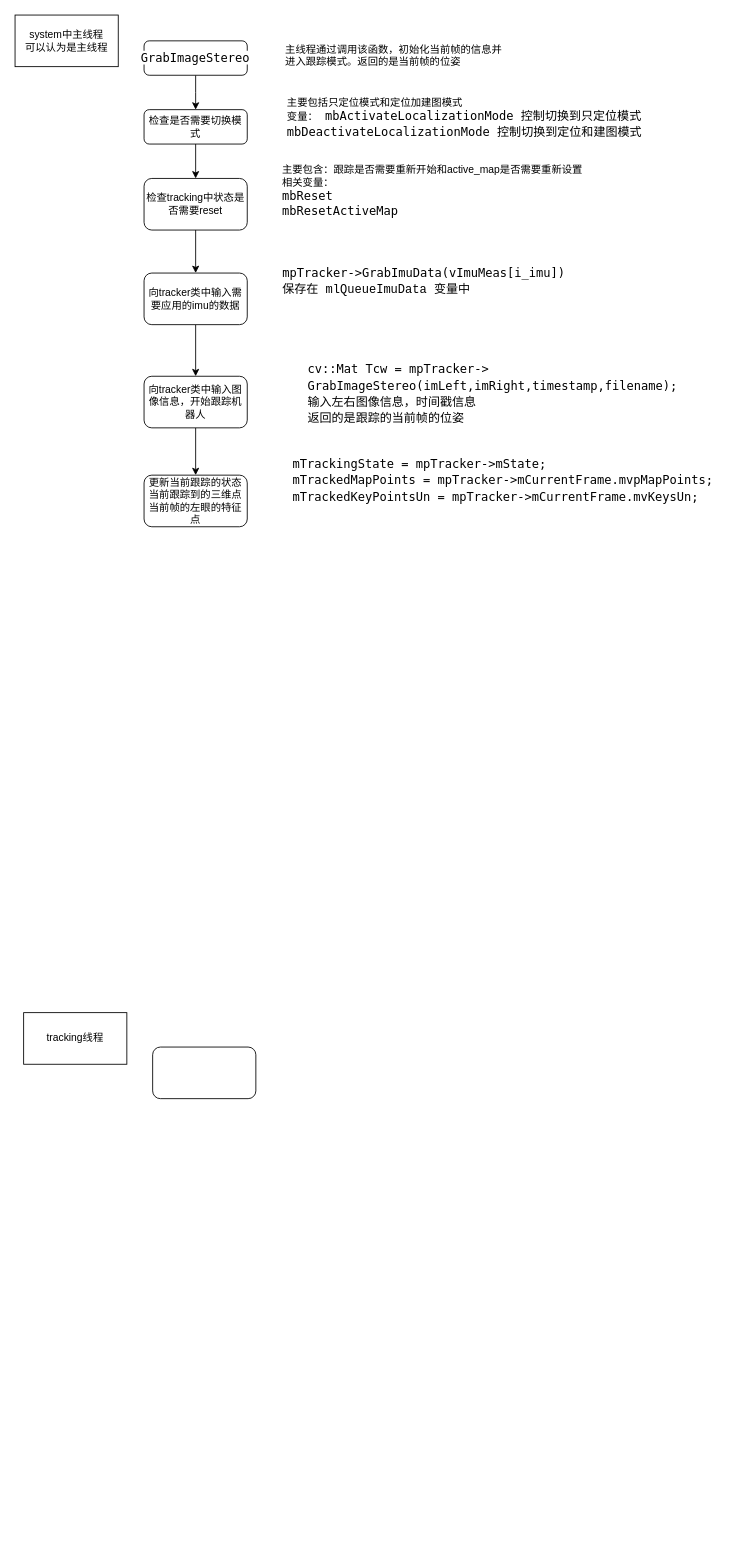
Earlier version of the draw.io diagram tracking.drawio (Peter1qaz2wsx/flow_chart-). Source tidied: cells renumbered, new cells numbered last; positions are measured from the earlier drawing's top-left corner, leaving out a move shared by most shapes. Both pictures are drawn from the tidied source at 86%, with x=0, y=0 at pixel (15, 15).
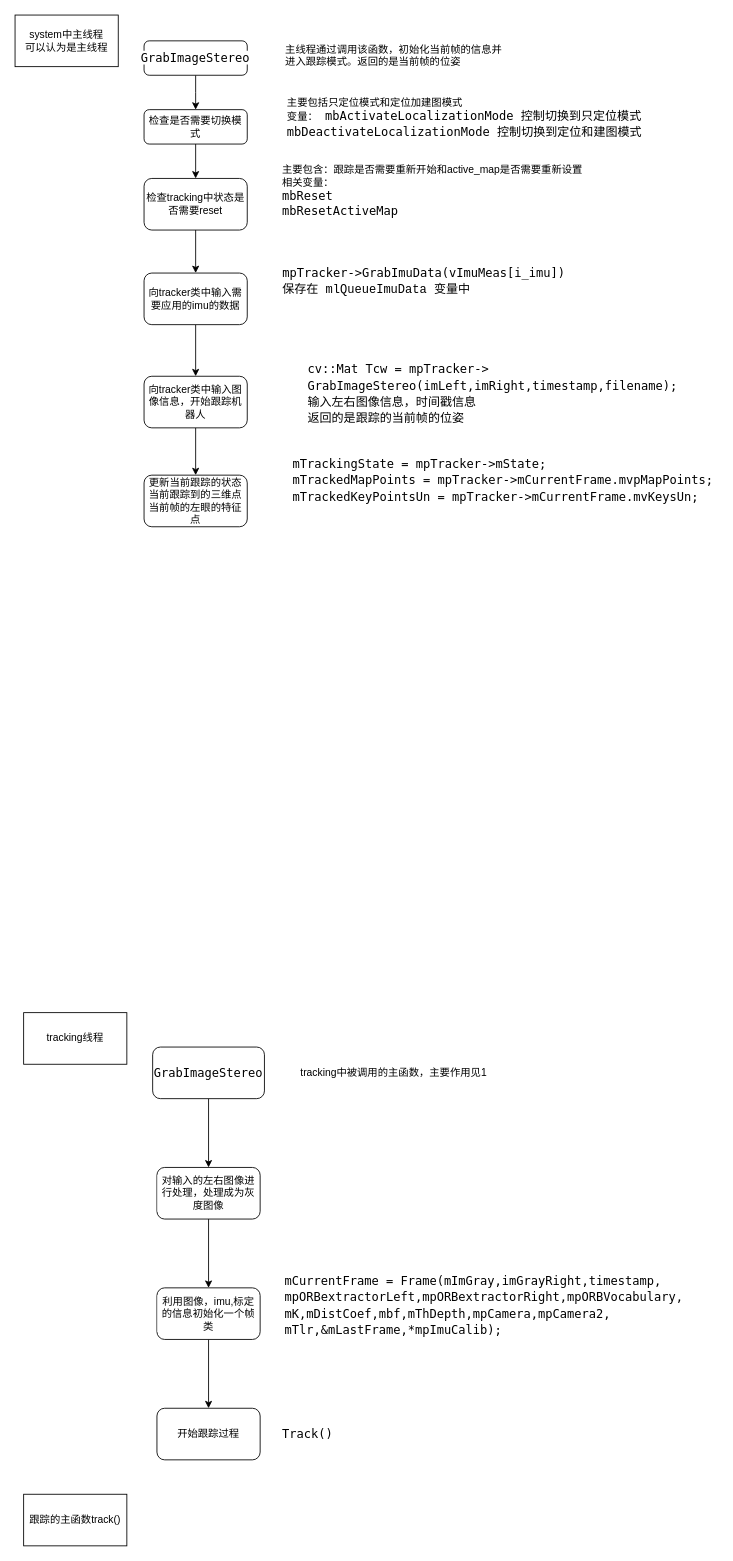
The same diagram, later.

What changed in the source:
```diff
@@
+    <mxCell id="22" style="edgeStyle=orthogonalEdgeStyle;rounded=0;jettySize=auto;html=1;fontColor=#000000;" parent="1" edge="1" source="21" target="25">
+      <mxGeometry relative="1" as="geometry" />
+    </mxCell>
-    <mxCell id="21" style="rounded=1;whiteSpace=wrap;html=1;labelBackgroundColor=#FFFFFF;fontColor=#000000;" parent="1" vertex="1">
-      <mxGeometry x="160" y="1200" width="120" height="60" as="geometry" />
+    <mxCell id="21" value="&lt;div style=&quot;font-family: &amp;#34;droid sans mono&amp;#34; , &amp;#34;monospace&amp;#34; , monospace , &amp;#34;droid sans fallback&amp;#34; ; font-size: 14px ; line-height: 19px&quot;&gt;&lt;span style=&quot;background-color: rgb(255 , 255 , 255)&quot;&gt;GrabImageStereo&lt;/span&gt;&lt;/div&gt;" style="rounded=1;whiteSpace=wrap;html=1;labelBackgroundColor=#FFFFFF;fontColor=#000000;" parent="1" vertex="1">
+      <mxGeometry x="160" y="1200" width="130" height="60" as="geometry" />
     </mxCell>
+    <mxCell id="23" value="tracking中被调用的主函数，主要作用见1" style="text;html=1;align=center;verticalAlign=middle;strokeColor=none;fillColor=none;fontColor=#000000;" parent="1" vertex="1">
+      <mxGeometry x="325" y="1220" width="230" height="20" as="geometry" />
+    </mxCell>
+    <mxCell id="24" style="edgeStyle=orthogonalEdgeStyle;rounded=0;jettySize=auto;html=1;fontColor=#000000;" parent="1" edge="1" source="25" target="27">
+      <mxGeometry relative="1" as="geometry" />
+    </mxCell>
+    <mxCell id="25" value="对输入的左右图像进行处理，处理成为灰度图像" style="whiteSpace=wrap;html=1;rounded=1;fontColor=#000000;labelBackgroundColor=#FFFFFF;" parent="1" vertex="1">
+      <mxGeometry x="165" y="1340" width="120" height="60" as="geometry" />
+    </mxCell>
+    <mxCell id="26" style="edgeStyle=orthogonalEdgeStyle;rounded=0;jettySize=auto;html=1;fontColor=#000000;" parent="1" edge="1" source="27" target="29">
+      <mxGeometry relative="1" as="geometry" />
+    </mxCell>
+    <mxCell id="27" value="利用图像，imu,标定的信息初始化一个帧类" style="whiteSpace=wrap;html=1;rounded=1;fontColor=#000000;labelBackgroundColor=#FFFFFF;" parent="1" vertex="1">
+      <mxGeometry x="165" y="1480" width="120" height="60" as="geometry" />
+    </mxCell>
+    <mxCell id="28" value="&lt;div style=&quot;text-align: justify ; font-family: &amp;#34;droid sans mono&amp;#34; , &amp;#34;monospace&amp;#34; , monospace , &amp;#34;droid sans fallback&amp;#34; ; font-size: 14px ; line-height: 19px&quot;&gt;&lt;span style=&quot;background-color: rgb(255 , 255 , 255)&quot;&gt;mCurrentFrame = Frame(mImGray,imGrayRight,timestamp,&lt;/span&gt;&lt;/div&gt;&lt;div style=&quot;text-align: justify ; font-family: &amp;#34;droid sans mono&amp;#34; , &amp;#34;monospace&amp;#34; , monospace , &amp;#34;droid sans fallback&amp;#34; ; font-size: 14px ; line-height: 19px&quot;&gt;&lt;span style=&quot;background-color: rgb(255 , 255 , 255)&quot;&gt;mpORBextractorLeft,mpORBextractorRight,mpORBVocabulary,&lt;/span&gt;&lt;/div&gt;&lt;div style=&quot;text-align: justify ; font-family: &amp;#34;droid sans mono&amp;#34; , &amp;#34;monospace&amp;#34; , monospace , &amp;#34;droid sans fallback&amp;#34; ; font-size: 14px ; line-height: 19px&quot;&gt;&lt;span style=&quot;background-color: rgb(255 , 255 , 255)&quot;&gt;mK,mDistCoef,mbf,mThDepth,mpCamera,mpCamera2,&lt;/span&gt;&lt;/div&gt;&lt;div style=&quot;text-align: justify ; font-family: &amp;#34;droid sans mono&amp;#34; , &amp;#34;monospace&amp;#34; , monospace , &amp;#34;droid sans fallback&amp;#34; ; font-size: 14px ; line-height: 19px&quot;&gt;&lt;span style=&quot;background-color: rgb(255 , 255 , 255)&quot;&gt;mTlr,&amp;amp;mLastFrame,*mpImuCalib);&lt;/span&gt;&lt;/div&gt;" style="text;html=1;align=center;verticalAlign=middle;strokeColor=none;fillColor=none;fontColor=#000000;" parent="1" vertex="1">
+      <mxGeometry x="305" y="1460" width="480" height="80" as="geometry" />
+    </mxCell>
+    <mxCell id="29" value="开始跟踪过程" style="whiteSpace=wrap;html=1;rounded=1;fontColor=#000000;labelBackgroundColor=#FFFFFF;" parent="1" vertex="1">
+      <mxGeometry x="165" y="1620" width="120" height="60" as="geometry" />
+    </mxCell>
+    <mxCell id="30" value="&lt;div style=&quot;font-family: &amp;#34;droid sans mono&amp;#34; , &amp;#34;monospace&amp;#34; , monospace , &amp;#34;droid sans fallback&amp;#34; ; font-size: 14px ; line-height: 19px&quot;&gt;&lt;span style=&quot;background-color: rgb(255 , 255 , 255)&quot;&gt;Track()&lt;/span&gt;&lt;/div&gt;" style="text;html=1;align=center;verticalAlign=middle;strokeColor=none;fillColor=none;fontColor=#000000;" parent="1" vertex="1">
+      <mxGeometry x="305" y="1640" width="70" height="20" as="geometry" />
+    </mxCell>
+    <mxCell id="31" value="跟踪的主函数track()" style="whiteSpace=wrap;html=1;labelBackgroundColor=#FFFFFF;fontColor=#000000;" parent="1" vertex="1">
+      <mxGeometry x="10" y="1720" width="120" height="60" as="geometry" />
+    </mxCell>
```
